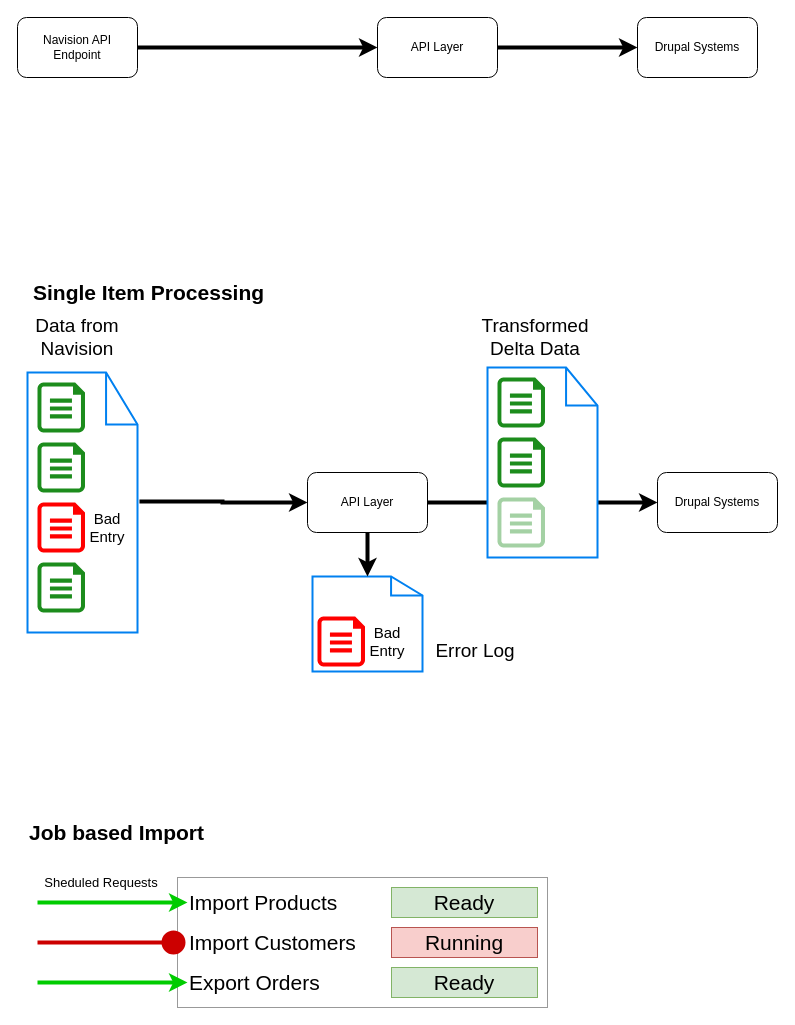
The draw.io diagram pharmasuisse_api_pitch.drawio in leedave/drawio_diagrams, before the edit. Source tidied: cells renumbered, new cells numbered last; positions are measured from the earlier drawing's top-left corner, leaving out a move shared by most shapes. Both pictures are drawn from the tidied source at 100%, with x=0, y=0 at pixel (17, 17).
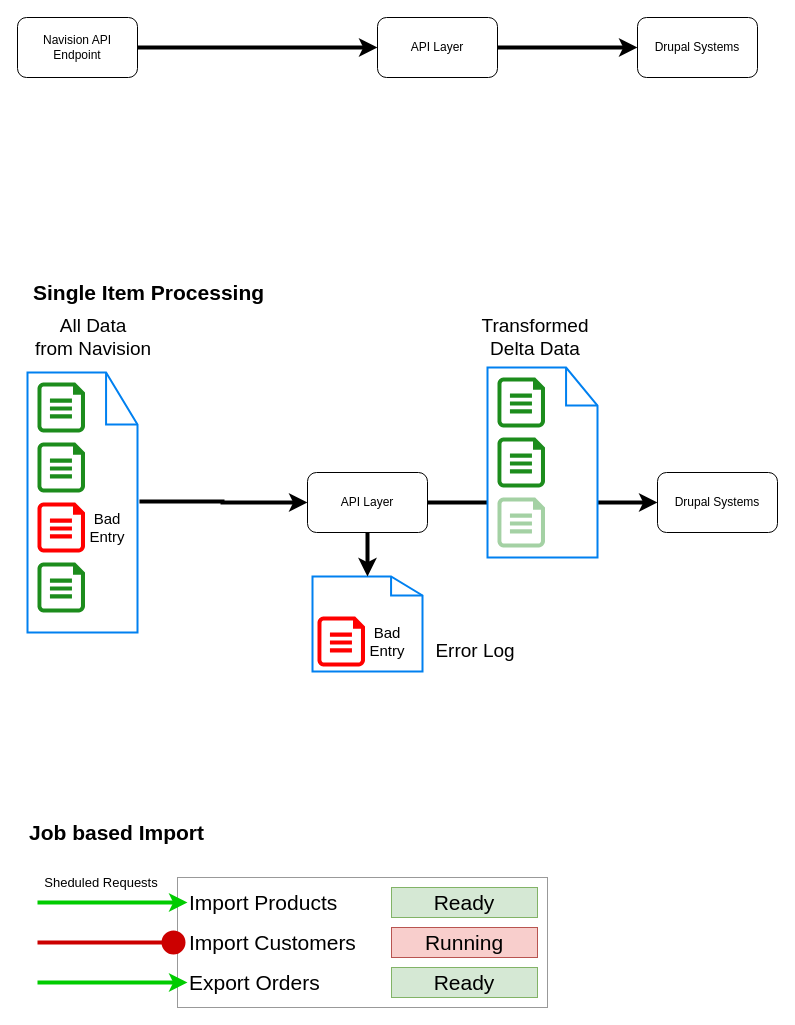
After the change.

The change refers to these unchanged cells:
```xml
<mxCell id="7" style="group;" parent="1" vertex="1">
  <mxGeometry x="10" y="300" width="750" height="425" as="geometry" />
</mxCell>
```

The edit, as a diff of the source:
```diff
@@
-    <mxCell id="15" value="Data from Navision" style="text;html=1;strokeColor=none;fillColor=none;align=center;verticalAlign=middle;whiteSpace=wrap;rounded=0;fontSize=19;" parent="7" vertex="1">
-      <mxGeometry x="1.9" width="96.2" height="40" as="geometry" />
+    <mxCell id="15" value="All Data &lt;br&gt;from Navision" style="text;html=1;strokeColor=none;fillColor=none;align=center;verticalAlign=middle;whiteSpace=wrap;rounded=0;fontSize=19;" parent="7" vertex="1">
+      <mxGeometry x="1.9" width="128.1" height="40" as="geometry" />
     </mxCell>
```
